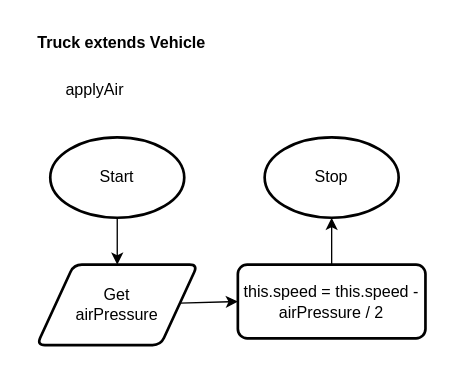
The draw.io diagram Unit2-07/design/flowchart2.drawio in evan-beaudoin99/ICS4U-Unit2-Evan-Beaudoin, before the edit. Source tidied: cells renumbered, new cells numbered last; positions are measured from the earlier drawing's top-left corner, leaving out a move shared by most shapes. Both pictures are drawn from the tidied source at 134%, with x=0, y=0 at pixel (23, 23).
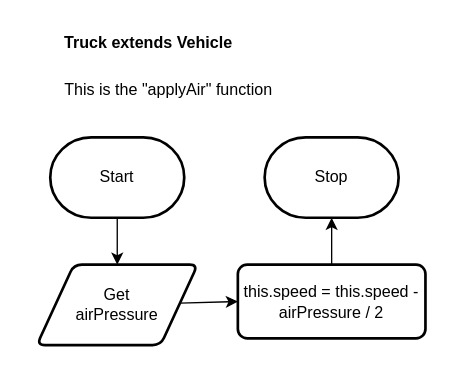
Above is the later version.

The edit, as a diff of the source:
```diff
@@
 <mxGraphModel>
   <root>
     <mxCell id="0" />
     <mxCell id="1" parent="0" />
     <mxCell id="2" style="edgeStyle=none;html=1;entryX=0.5;entryY=0;entryDx=0;entryDy=0;fontSize=12;" parent="1" edge="1">
       <mxGeometry relative="1" as="geometry">
         <mxPoint x="370" y="340" as="sourcePoint" />
       </mxGeometry>
     </mxCell>
     <mxCell id="3" style="edgeStyle=none;html=1;fontSize=12;" parent="1" edge="1">
       <mxGeometry relative="1" as="geometry">
         <mxPoint x="408.5" y="410" as="sourcePoint" />
       </mxGeometry>
     </mxCell>
     <mxCell id="4" style="edgeStyle=none;html=1;entryX=0;entryY=0.5;entryDx=0;entryDy=0;fontSize=9;" parent="1" edge="1">
       <mxGeometry relative="1" as="geometry">
         <mxPoint x="559.5" y="210" as="sourcePoint" />
       </mxGeometry>
     </mxCell>
     <mxCell id="5" value="&lt;b&gt;Truck extends Vehicle&lt;br&gt;&lt;/b&gt;" style="text;html=1;align=center;verticalAlign=middle;strokeColor=none;fillColor=none;" parent="1" vertex="1">
-      <mxGeometry width="145" height="30" as="geometry" />
+      <mxGeometry x="20" width="145" height="30" as="geometry" />
     </mxCell>
-    <mxCell id="6" style="edgeStyle=none;html=1;fontSize=12;" parent="1" edge="1" source="7" target="11">
-      <mxGeometry relative="1" as="geometry" />
+    <mxCell id="6" style="edgeStyle=none;html=1;fontSize=12;" parent="1" edge="1" target="11">
+      <mxGeometry relative="1" as="geometry">
+        <mxPoint x="70" y="145" as="sourcePoint" />
+      </mxGeometry>
     </mxCell>
-    <mxCell id="7" value="Start" style="strokeWidth=2;html=1;shape=mxgraph.flowchart.start_1;whiteSpace=wrap;" parent="1" vertex="1">
-      <mxGeometry x="20" y="85" width="100" height="60" as="geometry" />
-    </mxCell>
-    <mxCell id="8" value="Stop" style="strokeWidth=2;html=1;shape=mxgraph.flowchart.start_1;whiteSpace=wrap;" parent="1" vertex="1">
-      <mxGeometry x="180" y="85" width="100" height="60" as="geometry" />
-    </mxCell>
-    <mxCell id="9" value="applyAir" style="text;html=1;align=center;verticalAlign=middle;strokeColor=none;fillColor=none;" parent="1" vertex="1">
-      <mxGeometry x="20" y="35" width="65" height="30" as="geometry" />
+    <mxCell id="9" value="This is the &quot;applyAir&quot; function" style="text;html=1;align=center;verticalAlign=middle;strokeColor=none;fillColor=none;" parent="1" vertex="1">
+      <mxGeometry x="20" y="35" width="175" height="30" as="geometry" />
     </mxCell>
     <mxCell id="10" style="edgeStyle=none;html=1;entryX=0;entryY=0.5;entryDx=0;entryDy=0;fontSize=12;" parent="1" edge="1" source="11" target="13">
       <mxGeometry relative="1" as="geometry" />
     </mxCell>
     <mxCell id="11" value="&lt;font style=&quot;font-size: 12px;&quot;&gt;Get&lt;br&gt;airPressure&lt;/font&gt;" style="shape=parallelogram;html=1;strokeWidth=2;perimeter=parallelogramPerimeter;whiteSpace=wrap;rounded=1;arcSize=12;size=0.23;fontSize=11;" parent="1" vertex="1">
       <mxGeometry x="10" y="180" width="120" height="60" as="geometry" />
     </mxCell>
-    <mxCell id="12" style="edgeStyle=none;html=1;entryX=0.5;entryY=1;entryDx=0;entryDy=0;entryPerimeter=0;fontSize=12;" parent="1" edge="1" source="13" target="8">
-      <mxGeometry relative="1" as="geometry" />
+    <mxCell id="12" style="edgeStyle=none;html=1;entryX=0.5;entryY=1;entryDx=0;entryDy=0;entryPerimeter=0;fontSize=12;" parent="1" edge="1" source="13">
+      <mxGeometry relative="1" as="geometry">
+        <mxPoint x="230" y="145" as="targetPoint" />
+      </mxGeometry>
     </mxCell>
     <mxCell id="13" value="this.speed = this.speed - airPressure / 2" style="rounded=1;whiteSpace=wrap;html=1;absoluteArcSize=1;arcSize=14;strokeWidth=2;fontSize=12;" parent="1" vertex="1">
       <mxGeometry x="160" y="180" width="140" height="55" as="geometry" />
     </mxCell>
+    <mxCell id="7" value="Start" style="strokeWidth=2;html=1;shape=mxgraph.flowchart.terminator;whiteSpace=wrap;" parent="1" vertex="1">
+      <mxGeometry x="20" y="85" width="100" height="60" as="geometry" />
+    </mxCell>
+    <mxCell id="8" value="Stop" style="strokeWidth=2;html=1;shape=mxgraph.flowchart.terminator;whiteSpace=wrap;" parent="1" vertex="1">
+      <mxGeometry x="180" y="85" width="100" height="60" as="geometry" />
+    </mxCell>
   </root>
 </mxGraphModel>
```
